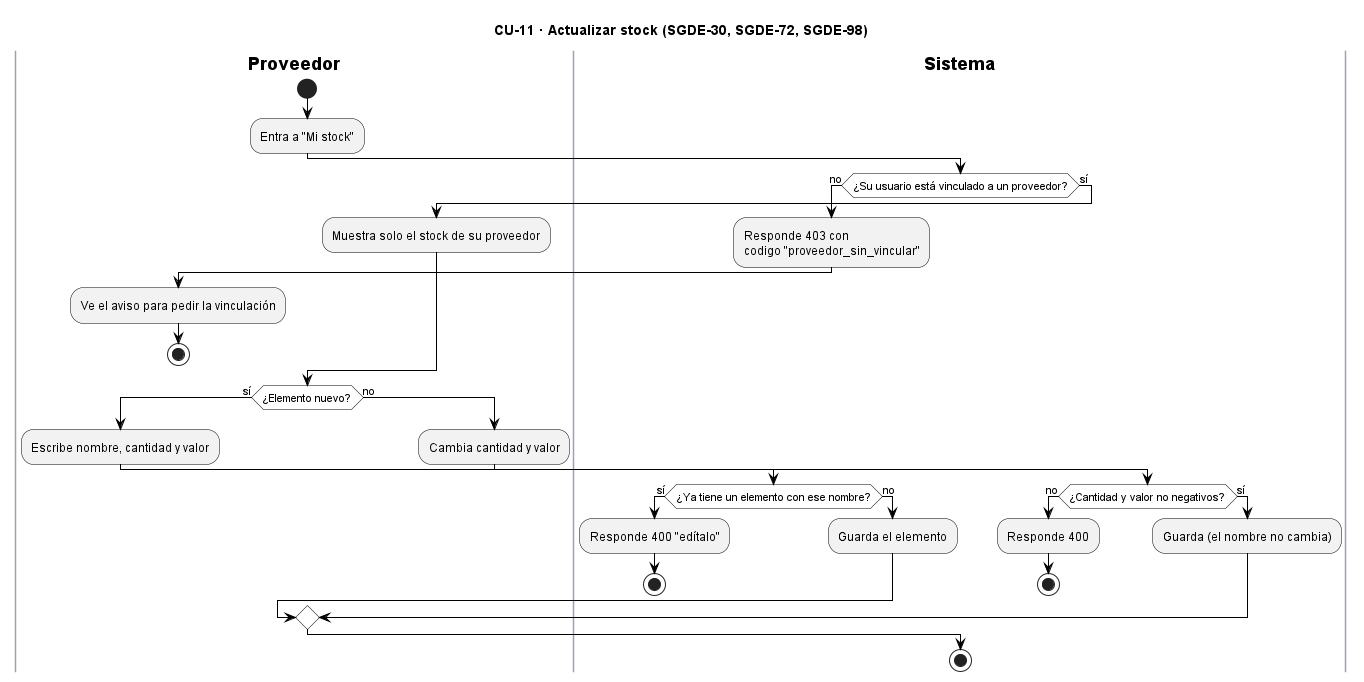
AndreCamx2/Gestion-De-Eventos keeps this PlantUML diagram as docs/Diagrama de actividades/CU11_GestionarInventario.png. Above is the earlier version.
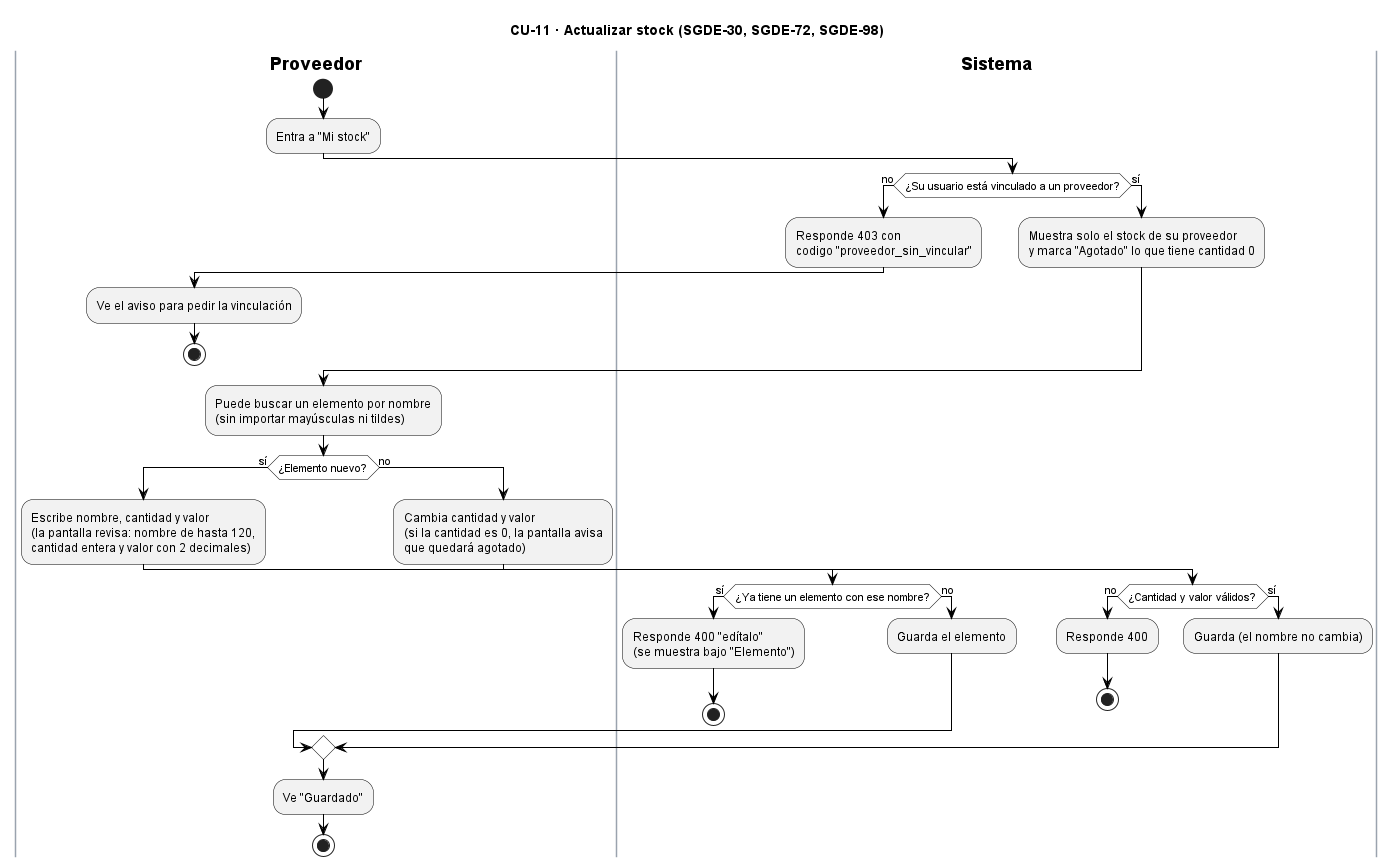
The same diagram one commit later.

Change to the diagram source:
```diff
@@ -24,28 +24,39 @@
   :Ve el aviso para pedir la vinculación;
   stop
 else (sí)
-  :Muestra solo el stock de su proveedor;
+  |Sistema|
+  :Muestra solo el stock de su proveedor
+  y marca "Agotado" lo que tiene cantidad 0;
 endif
 |Proveedor|
+:Puede buscar un elemento por nombre
+(sin importar mayúsculas ni tildes);
 if (¿Elemento nuevo?) then (sí)
-  :Escribe nombre, cantidad y valor;
+  :Escribe nombre, cantidad y valor
+  (la pantalla revisa: nombre de hasta 120,
+  cantidad entera y valor con 2 decimales);
   |Sistema|
   if (¿Ya tiene un elemento con ese nombre?) then (sí)
-    :Responde 400 "edítalo";
+    :Responde 400 "edítalo"
+    (se muestra bajo "Elemento");
     stop
   else (no)
     :Guarda el elemento;
   endif
 else (no)
   |Proveedor|
-  :Cambia cantidad y valor;
+  :Cambia cantidad y valor
+  (si la cantidad es 0, la pantalla avisa
+  que quedará agotado);
   |Sistema|
-  if (¿Cantidad y valor no negativos?) then (no)
+  if (¿Cantidad y valor válidos?) then (no)
     :Responde 400;
     stop
   else (sí)
     :Guarda (el nombre no cambia);
   endif
 endif
+|Proveedor|
+:Ve "Guardado";
 stop
 @enduml
```
